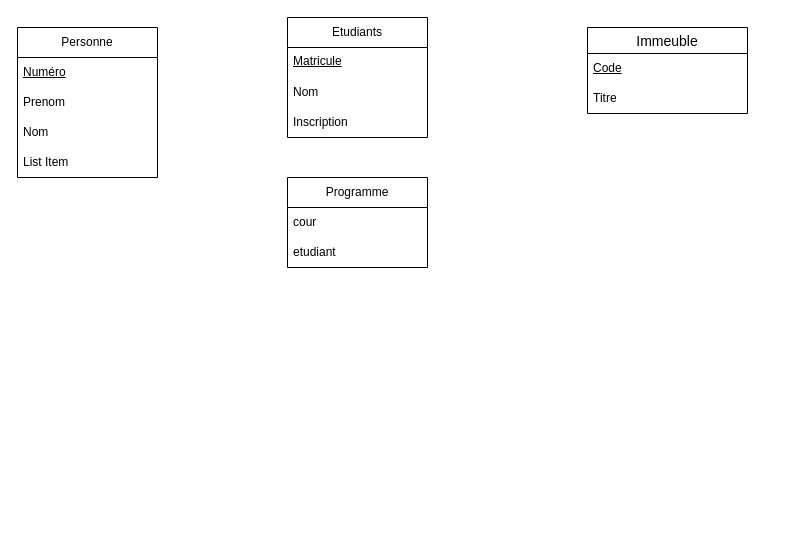
Above: Diagramme sans nom.drawio in arnaud07/sch-ma (draw.io), before the change. Source tidied: cells renumbered, new cells numbered last; positions are measured from the earlier drawing's top-left corner, leaving out a move shared by most shapes. Both pictures are drawn from the tidied source at 100%, with x=0, y=0 at pixel (17, 17).
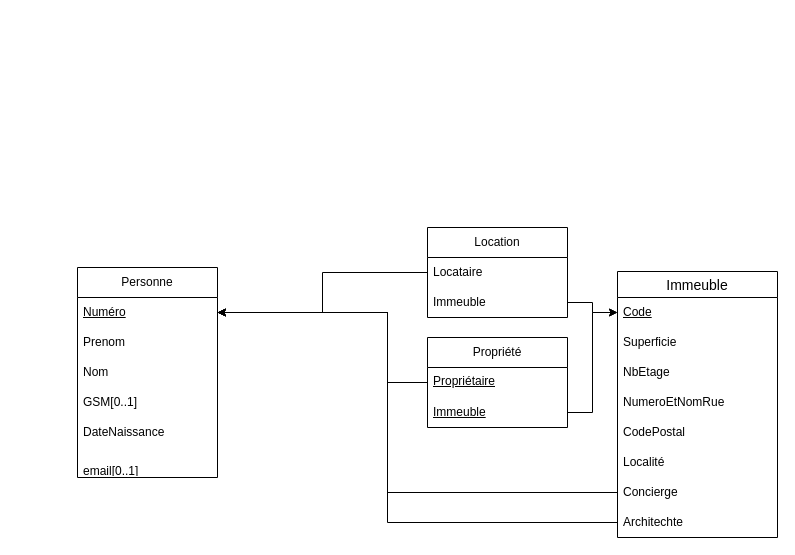
The same diagram, later.

Unchanged cells that the change refers to:
```xml
<mxCell id="3" value="&lt;u&gt;Numéro&lt;/u&gt;" style="text;strokeColor=none;fillColor=none;align=left;verticalAlign=middle;spacingLeft=4;spacingRight=4;overflow=hidden;points=[[0,0.5],[1,0.5]];portConstraint=eastwest;whiteSpace=wrap;html=1;" parent="2" vertex="1">
  <mxGeometry y="30" width="140" height="30" as="geometry" />
</mxCell>
<mxCell id="12" value="&lt;u&gt;Code&lt;/u&gt;" style="text;strokeColor=none;fillColor=none;align=left;verticalAlign=middle;spacingLeft=4;spacingRight=4;overflow=hidden;points=[[0,0.5],[1,0.5]];portConstraint=eastwest;whiteSpace=wrap;html=1;" parent="11" vertex="1">
  <mxGeometry y="26" width="160" height="30" as="geometry" />
</mxCell>
```

The edit, as a diff of the source:
```diff
@@
     <mxCell id="2" value="Personne" style="swimlane;fontStyle=0;horizontal=1;startSize=30;whiteSpace=wrap;html=1;" parent="1" vertex="1">
-      <mxGeometry y="10" width="140" height="150" as="geometry" />
+      <mxGeometry x="60" y="250" width="140" height="210" as="geometry" />
     </mxCell>
@@
-    <mxCell id="6" value="List Item" style="text;strokeColor=none;fillColor=none;align=left;verticalAlign=middle;spacingLeft=4;spacingRight=4;overflow=hidden;whiteSpace=wrap;html=1;" parent="2" vertex="1">
+    <mxCell id="6" value="GSM[0..1]" style="text;strokeColor=none;fillColor=none;align=left;verticalAlign=middle;spacingLeft=4;spacingRight=4;overflow=hidden;whiteSpace=wrap;html=1;" parent="2" vertex="1">
       <mxGeometry y="120" width="140" height="30" as="geometry" />
     </mxCell>
+    <mxCell id="17" value="DateNaissance" style="text;strokeColor=none;fillColor=none;align=left;verticalAlign=middle;spacingLeft=4;spacingRight=4;overflow=hidden;whiteSpace=wrap;html=1;" parent="2" vertex="1">
+      <mxGeometry y="150" width="140" height="30" as="geometry" />
+    </mxCell>
+    <mxCell id="18" value="&lt;div&gt;&lt;br&gt;&lt;/div&gt;&lt;div&gt;email[0..1]&lt;br&gt;&lt;/div&gt;" style="text;strokeColor=none;fillColor=none;align=left;verticalAlign=middle;spacingLeft=4;spacingRight=4;overflow=hidden;whiteSpace=wrap;html=1;" parent="2" vertex="1">
+      <mxGeometry y="180" width="140" height="30" as="geometry" />
+    </mxCell>
-    <mxCell id="7" value="Etudiants" style="swimlane;fontStyle=0;horizontal=1;startSize=30;whiteSpace=wrap;html=1;" parent="1" vertex="1">
-      <mxGeometry x="270" width="140" height="120" as="geometry" />
+    <mxCell id="7" value="Propriété" style="swimlane;fontStyle=0;horizontal=1;startSize=30;whiteSpace=wrap;html=1;" parent="1" vertex="1">
+      <mxGeometry x="410" y="320" width="140" height="90" as="geometry" />
     </mxCell>
-    <mxCell id="8" value="&lt;u&gt;Matricule&lt;/u&gt;" style="text;strokeColor=none;fillColor=none;spacingLeft=4;spacingRight=4;overflow=hidden;points=[[0,0.5],[1,0.5]];portConstraint=eastwest;fontSize=12;whiteSpace=wrap;html=1;" parent="7" vertex="1">
+    <mxCell id="8" value="&lt;u&gt;Propriétaire&lt;/u&gt;" style="text;strokeColor=none;fillColor=none;spacingLeft=4;spacingRight=4;overflow=hidden;points=[[0,0.5],[1,0.5]];portConstraint=eastwest;fontSize=12;whiteSpace=wrap;html=1;" parent="7" vertex="1">
       <mxGeometry y="30" width="140" height="30" as="geometry" />
     </mxCell>
-    <mxCell id="9" value="&lt;div&gt;Nom&lt;/div&gt;" style="text;strokeColor=none;fillColor=none;align=left;verticalAlign=middle;spacingLeft=4;spacingRight=4;overflow=hidden;points=[[0,0.5],[1,0.5]];portConstraint=eastwest;whiteSpace=wrap;html=1;" parent="7" vertex="1">
+    <mxCell id="9" value="Immeuble" style="text;strokeColor=none;fillColor=none;align=left;verticalAlign=middle;spacingLeft=4;spacingRight=4;overflow=hidden;points=[[0,0.5],[1,0.5]];portConstraint=eastwest;whiteSpace=wrap;html=1;fontStyle=4;" parent="7" vertex="1">
       <mxGeometry y="60" width="140" height="30" as="geometry" />
     </mxCell>
-    <mxCell id="10" value="Inscription" style="text;strokeColor=none;fillColor=none;align=left;verticalAlign=middle;spacingLeft=4;spacingRight=4;overflow=hidden;whiteSpace=wrap;html=1;" parent="7" vertex="1">
-      <mxGeometry y="90" width="140" height="30" as="geometry" />
-    </mxCell>
     <mxCell id="11" value="Immeuble" style="swimlane;fontStyle=0;horizontal=1;startSize=26;align=center;fontSize=14;" parent="1" vertex="1">
-      <mxGeometry x="570" y="10" width="160" height="86" as="geometry" />
+      <mxGeometry x="600" y="254" width="160" height="266" as="geometry" />
     </mxCell>
@@
-    <mxCell id="13" value="Titre" style="text;strokeColor=none;fillColor=none;align=left;verticalAlign=middle;spacingLeft=4;spacingRight=4;overflow=hidden;whiteSpace=wrap;html=1;" parent="11" vertex="1">
-      <mxGeometry y="56" width="160" height="30" as="geometry" />
-    </mxCell>
+    <mxCell id="19" value="Superficie" style="text;strokeColor=none;fillColor=none;align=left;verticalAlign=middle;spacingLeft=4;spacingRight=4;overflow=hidden;whiteSpace=wrap;html=1;" parent="11" vertex="1">
+      <mxGeometry y="56" width="160" height="30" as="geometry" />
+    </mxCell>
+    <mxCell id="20" value="NbEtage" style="text;strokeColor=none;fillColor=none;align=left;verticalAlign=middle;spacingLeft=4;spacingRight=4;overflow=hidden;whiteSpace=wrap;html=1;" parent="11" vertex="1">
+      <mxGeometry y="86" width="160" height="30" as="geometry" />
+    </mxCell>
+    <mxCell id="21" value="NumeroEtNomRue" style="text;strokeColor=none;fillColor=none;align=left;verticalAlign=middle;spacingLeft=4;spacingRight=4;overflow=hidden;whiteSpace=wrap;html=1;" parent="11" vertex="1">
+      <mxGeometry y="116" width="160" height="30" as="geometry" />
+    </mxCell>
+    <mxCell id="22" value="CodePostal" style="text;strokeColor=none;fillColor=none;align=left;verticalAlign=middle;spacingLeft=4;spacingRight=4;overflow=hidden;whiteSpace=wrap;html=1;" parent="11" vertex="1">
+      <mxGeometry y="146" width="160" height="30" as="geometry" />
+    </mxCell>
+    <mxCell id="23" value="Localité" style="text;strokeColor=none;fillColor=none;align=left;verticalAlign=middle;spacingLeft=4;spacingRight=4;overflow=hidden;whiteSpace=wrap;html=1;" parent="11" vertex="1">
+      <mxGeometry y="176" width="160" height="30" as="geometry" />
+    </mxCell>
+    <mxCell id="24" value="Concierge" style="text;strokeColor=none;fillColor=none;align=left;verticalAlign=middle;spacingLeft=4;spacingRight=4;overflow=hidden;points=[[0,0.5],[1,0.5]];portConstraint=eastwest;whiteSpace=wrap;html=1;" parent="11" vertex="1">
+      <mxGeometry y="206" width="160" height="30" as="geometry" />
+    </mxCell>
+    <mxCell id="25" value="Architechte" style="text;strokeColor=none;fillColor=none;align=left;verticalAlign=middle;spacingLeft=4;spacingRight=4;overflow=hidden;points=[[0,0.5],[1,0.5]];portConstraint=eastwest;whiteSpace=wrap;html=1;" parent="11" vertex="1">
+      <mxGeometry y="236" width="160" height="30" as="geometry" />
+    </mxCell>
-    <mxCell id="14" value="Programme" style="swimlane;fontStyle=0;horizontal=1;startSize=30;whiteSpace=wrap;html=1;" parent="1" vertex="1">
-      <mxGeometry x="270" y="160" width="140" height="90" as="geometry" />
+    <mxCell id="14" value="Location" style="swimlane;fontStyle=0;horizontal=1;startSize=30;whiteSpace=wrap;html=1;" parent="1" vertex="1">
+      <mxGeometry x="410" y="210" width="140" height="90" as="geometry" />
     </mxCell>
-    <mxCell id="15" value="cour" style="text;strokeColor=none;fillColor=none;align=left;verticalAlign=middle;spacingLeft=4;spacingRight=4;overflow=hidden;points=[[0,0.5],[1,0.5]];portConstraint=eastwest;whiteSpace=wrap;html=1;" parent="14" vertex="1">
+    <mxCell id="15" value="&lt;div&gt;Locataire&lt;/div&gt;" style="text;strokeColor=none;fillColor=none;align=left;verticalAlign=middle;spacingLeft=4;spacingRight=4;overflow=hidden;points=[[0,0.5],[1,0.5]];portConstraint=eastwest;whiteSpace=wrap;html=1;" parent="14" vertex="1">
       <mxGeometry y="30" width="140" height="30" as="geometry" />
     </mxCell>
-    <mxCell id="16" value="etudiant" style="text;strokeColor=none;fillColor=none;align=left;verticalAlign=middle;spacingLeft=4;spacingRight=4;overflow=hidden;points=[[0,0.5],[1,0.5]];portConstraint=eastwest;whiteSpace=wrap;html=1;" parent="14" vertex="1">
+    <mxCell id="16" value="Immeuble" style="text;strokeColor=none;fillColor=none;align=left;verticalAlign=middle;spacingLeft=4;spacingRight=4;overflow=hidden;points=[[0,0.5],[1,0.5]];portConstraint=eastwest;whiteSpace=wrap;html=1;" parent="14" vertex="1">
       <mxGeometry y="60" width="140" height="30" as="geometry" />
     </mxCell>
+    <mxCell id="26" style="edgeStyle=orthogonalEdgeStyle;rounded=0;jettySize=auto;html=1;exitX=0;exitY=0.5;exitDx=0;exitDy=0;" parent="1" edge="1" source="8" target="3">
+      <mxGeometry relative="1" as="geometry">
+        <Array as="points">
+          <mxPoint x="370" y="365" />
+          <mxPoint x="370" y="295" />
+        </Array>
+      </mxGeometry>
+    </mxCell>
+    <mxCell id="27" style="edgeStyle=orthogonalEdgeStyle;rounded=0;jettySize=auto;html=1;" parent="1" edge="1" source="9" target="12">
+      <mxGeometry relative="1" as="geometry" />
+    </mxCell>
+    <mxCell id="28" style="edgeStyle=orthogonalEdgeStyle;rounded=0;jettySize=auto;html=1;" parent="1" edge="1" source="15" target="3">
+      <mxGeometry relative="1" as="geometry" />
+    </mxCell>
+    <mxCell id="29" style="edgeStyle=orthogonalEdgeStyle;rounded=0;jettySize=auto;html=1;" parent="1" edge="1" source="16" target="12">
+      <mxGeometry relative="1" as="geometry" />
+    </mxCell>
+    <mxCell id="30" style="edgeStyle=orthogonalEdgeStyle;rounded=0;jettySize=auto;html=1;" parent="1" edge="1" source="24" target="3">
+      <mxGeometry relative="1" as="geometry">
+        <Array as="points">
+          <mxPoint x="370" y="475" />
+          <mxPoint x="370" y="295" />
+        </Array>
+      </mxGeometry>
+    </mxCell>
+    <mxCell id="31" style="edgeStyle=orthogonalEdgeStyle;rounded=0;jettySize=auto;html=1;" parent="1" edge="1" source="25" target="3">
+      <mxGeometry relative="1" as="geometry">
+        <Array as="points">
+          <mxPoint x="370" y="505" />
+          <mxPoint x="370" y="295" />
+        </Array>
+      </mxGeometry>
+    </mxCell>
```
